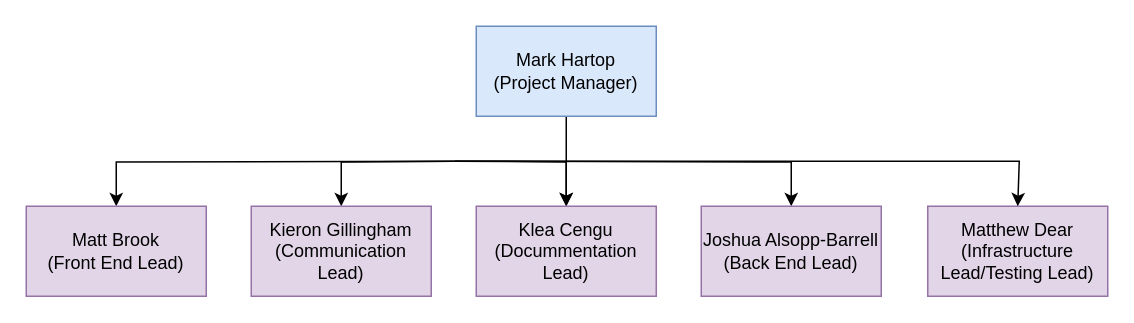
Before: Team Structure Diagram/Team Structure.drawio in mattdear/temperature-transmitter, a draw.io diagram. Source tidied: cells renumbered, new cells numbered last; positions are measured from the earlier drawing's top-left corner, leaving out a move shared by most shapes. Both pictures are drawn from the tidied source at 150%, with x=0, y=0 at pixel (26, 26).
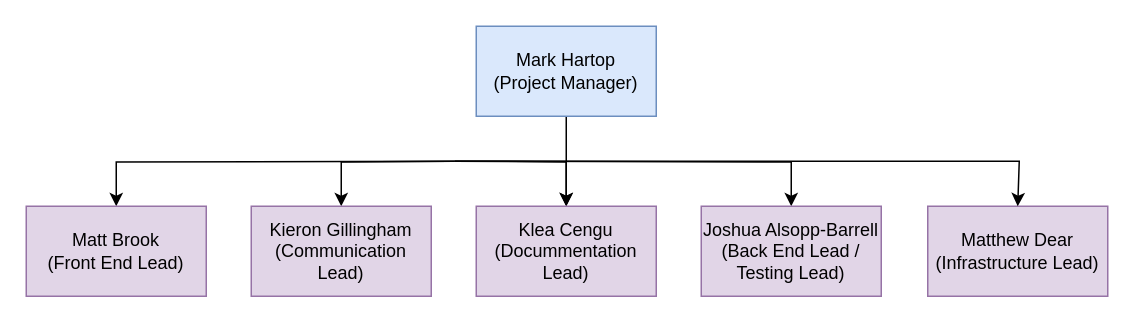
The same page after the edit.

Commit message (it also covers changes not shown here):
fix[team structure diagram]: this has been re-made without title for the report

Change to the diagram source:
```diff
@@
 <mxGraphModel>
   <root>
     <mxCell id="0" />
     <mxCell id="1" parent="0" />
-    <mxCell id="2" value="Matthew Dear&lt;br&gt;(Infrastructure Lead/Testing Lead)" style="rounded=0;whiteSpace=wrap;html=1;fillColor=#e1d5e7;strokeColor=#9673a6;" parent="1" vertex="1">
+    <mxCell id="2" value="Matthew Dear&lt;br&gt;(Infrastructure Lead)" style="rounded=0;whiteSpace=wrap;html=1;fillColor=#e1d5e7;strokeColor=#9673a6;" parent="1" vertex="1">
       <mxGeometry x="601" y="120" width="120" height="60" as="geometry" />
     </mxCell>
     <mxCell id="3" style="edgeStyle=orthogonalEdgeStyle;rounded=0;jettySize=auto;html=1;exitX=0.5;exitY=1;exitDx=0;exitDy=0;entryX=0.5;entryY=0;entryDx=0;entryDy=0;" parent="1" edge="1" target="11">
       <mxGeometry relative="1" as="geometry">
         <mxPoint x="285.5" y="90" as="sourcePoint" />
       </mxGeometry>
     </mxCell>
     <mxCell id="4" style="edgeStyle=orthogonalEdgeStyle;rounded=0;jettySize=auto;html=1;exitX=0.5;exitY=1;exitDx=0;exitDy=0;entryX=0.5;entryY=0;entryDx=0;entryDy=0;" parent="1" edge="1" target="12">
       <mxGeometry relative="1" as="geometry">
         <mxPoint x="285.5" y="90" as="sourcePoint" />
       </mxGeometry>
     </mxCell>
     <mxCell id="5" style="edgeStyle=orthogonalEdgeStyle;rounded=0;jettySize=auto;html=1;exitX=0.5;exitY=1;exitDx=0;exitDy=0;entryX=0.5;entryY=0;entryDx=0;entryDy=0;" parent="1" edge="1" target="13">
       <mxGeometry relative="1" as="geometry">
         <mxPoint x="285.5" y="90" as="sourcePoint" />
       </mxGeometry>
     </mxCell>
     <mxCell id="6" style="edgeStyle=orthogonalEdgeStyle;rounded=0;jettySize=auto;html=1;exitX=0.5;exitY=1;exitDx=0;exitDy=0;entryX=0.5;entryY=0;entryDx=0;entryDy=0;" parent="1" edge="1" target="10">
       <mxGeometry relative="1" as="geometry">
         <mxPoint x="285.5" y="90" as="sourcePoint" />
       </mxGeometry>
     </mxCell>
     <mxCell id="7" style="edgeStyle=orthogonalEdgeStyle;rounded=0;jettySize=auto;html=1;exitX=0.5;exitY=1;exitDx=0;exitDy=0;entryX=0.5;entryY=0;entryDx=0;entryDy=0;" parent="1" edge="1" target="2">
       <mxGeometry relative="1" as="geometry">
         <mxPoint x="285.5" y="90" as="sourcePoint" />
         <Array as="points">
           <mxPoint x="662" y="90" />
         </Array>
       </mxGeometry>
     </mxCell>
     <mxCell id="8" style="edgeStyle=orthogonalEdgeStyle;rounded=0;jettySize=auto;html=1;exitX=0.5;exitY=1;exitDx=0;exitDy=0;entryX=0.5;entryY=0;entryDx=0;entryDy=0;" parent="1" edge="1" source="9" target="12">
       <mxGeometry relative="1" as="geometry" />
     </mxCell>
     <mxCell id="9" value="Mark Hartop&lt;br&gt;(Project Manager)" style="rounded=0;whiteSpace=wrap;html=1;fillColor=#dae8fc;strokeColor=#6c8ebf;" parent="1" vertex="1">
       <mxGeometry x="300" width="120" height="60" as="geometry" />
     </mxCell>
     <mxCell id="10" value="Matt Brook&lt;br&gt;(Front End Lead)" style="rounded=0;whiteSpace=wrap;html=1;fillColor=#e1d5e7;strokeColor=#9673a6;" parent="1" vertex="1">
       <mxGeometry y="120" width="120" height="60" as="geometry" />
     </mxCell>
     <mxCell id="11" value="Kieron Gillingham&lt;br&gt;(Communication Lead)" style="rounded=0;whiteSpace=wrap;html=1;fillColor=#e1d5e7;strokeColor=#9673a6;" parent="1" vertex="1">
       <mxGeometry x="150" y="120" width="120" height="60" as="geometry" />
     </mxCell>
     <mxCell id="12" value="Klea Cengu&lt;br&gt;(Docummentation Lead)" style="rounded=0;whiteSpace=wrap;html=1;fillColor=#e1d5e7;strokeColor=#9673a6;" parent="1" vertex="1">
       <mxGeometry x="300" y="120" width="120" height="60" as="geometry" />
     </mxCell>
-    <mxCell id="13" value="Joshua Alsopp-Barrell&lt;br&gt;(Back End Lead)" style="rounded=0;whiteSpace=wrap;html=1;fillColor=#e1d5e7;strokeColor=#9673a6;" parent="1" vertex="1">
+    <mxCell id="13" value="Joshua Alsopp-Barrell&lt;br&gt;(Back End Lead / Testing Lead)" style="rounded=0;whiteSpace=wrap;html=1;fillColor=#e1d5e7;strokeColor=#9673a6;" parent="1" vertex="1">
       <mxGeometry x="450" y="120" width="120" height="60" as="geometry" />
     </mxCell>
   </root>
 </mxGraphModel>
```
